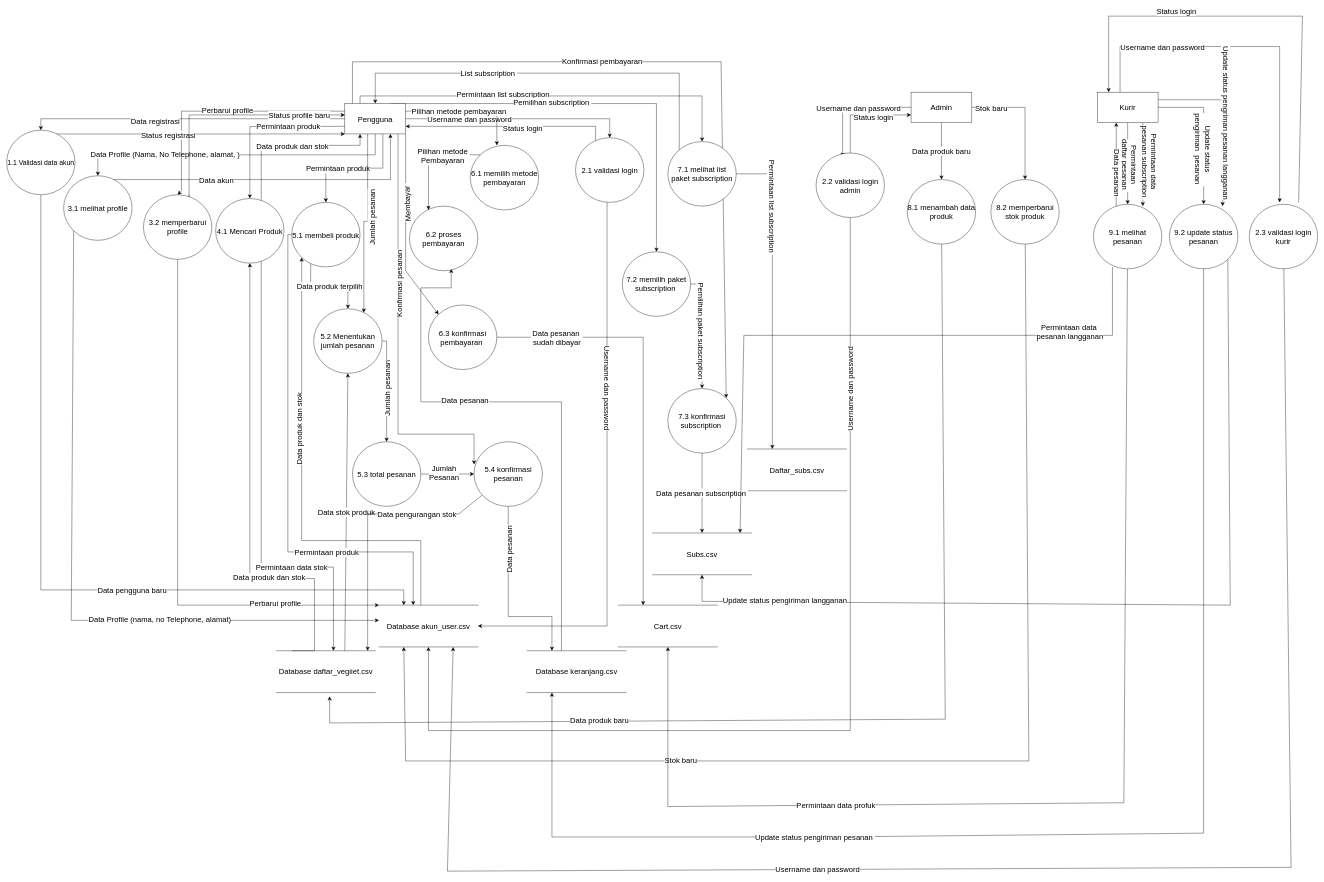
Earlier version of the draw.io diagram Diagram Tanpa Judul.drawio (zalisaneri/git-project-iren). Source tidied: cells renumbered, new cells numbered last; positions are measured from the earlier drawing's top-left corner, leaving out a move shared by most shapes. Both pictures are drawn from the tidied source at 38%, with x=0, y=0 at pixel (6, 16).
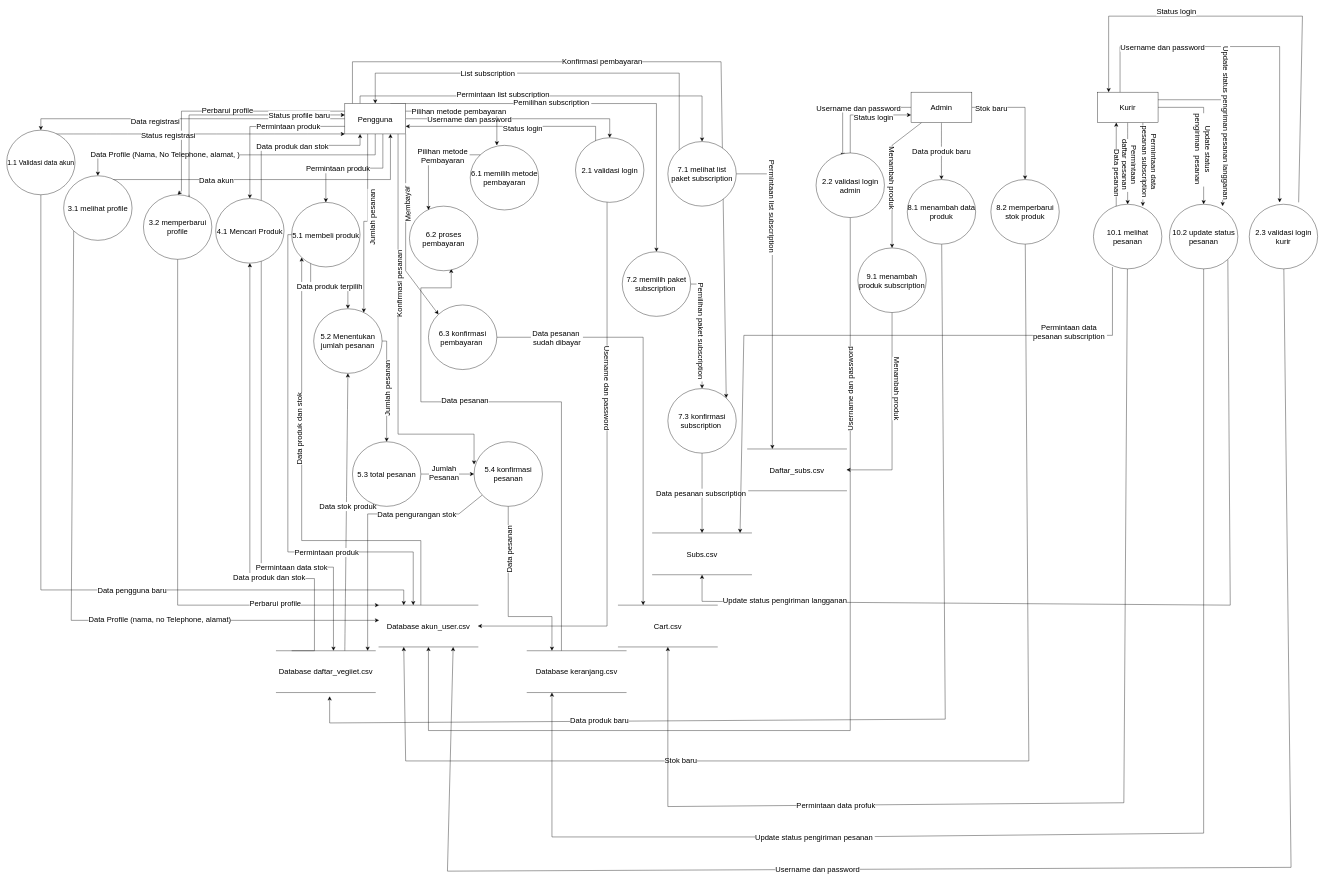
Above is the later version.

The change refers to these unchanged cells:
```xml
<mxCell id="28" value="Admin" style="rounded=0;whiteSpace=wrap;html=1;fontSize=20;" parent="1" vertex="1">
  <mxGeometry x="2380" y="200" width="160" height="80" as="geometry" />
</mxCell>
<mxCell id="68" value="Database daftar_vegiiet.csv" style="shape=partialRectangle;whiteSpace=wrap;html=1;left=0;right=0;fillColor=none;fontSize=20;" parent="1" vertex="1">
  <mxGeometry x="710" y="1670" width="260" height="110" as="geometry" />
</mxCell>
<mxCell id="84" value="5.2 Menentukan jumlah pesanan" style="ellipse;whiteSpace=wrap;html=1;fontSize=20;" parent="1" vertex="1">
  <mxGeometry x="808" y="770" width="180" height="170" as="geometry" />
</mxCell>
<mxCell id="111" value="Daftar_subs.csv" style="shape=partialRectangle;whiteSpace=wrap;html=1;left=0;right=0;fillColor=none;fontSize=20;" parent="1" vertex="1">
  <mxGeometry x="1950" y="1139" width="260" height="110" as="geometry" />
</mxCell>
<mxCell id="130" style="edgeStyle=none;curved=0;rounded=0;jettySize=auto;html=1;fontSize=20;startSize=8;endSize=8;exitX=0.278;exitY=0.971;exitDx=0;exitDy=0;exitPerimeter=0;" parent="1" edge="1" source="132">
  <mxGeometry relative="1" as="geometry">
    <mxPoint x="1930" y="1360" as="targetPoint" />
    <Array as="points">
      <mxPoint x="2910" y="840" />
      <mxPoint x="2800" y="840" />
      <mxPoint x="1940" y="840" />
    </Array>
  </mxGeometry>
</mxCell>
```

The edit, as a diff of the source:
```diff
@@
+    <mxCell id="145" style="edgeStyle=none;curved=0;rounded=0;jettySize=auto;html=1;entryX=0.5;entryY=0;entryDx=0;entryDy=0;fontSize=20;startSize=8;endSize=8;" parent="1" edge="1" source="28" target="149">
+      <mxGeometry relative="1" as="geometry">
+        <Array as="points">
+          <mxPoint x="2330" y="340" />
+        </Array>
+      </mxGeometry>
+    </mxCell>
+    <mxCell id="146" value="Menambah produk" style="edgeLabel;html=1;align=center;verticalAlign=middle;fontSize=20;rotation=90;" parent="145" vertex="1">
+      <mxGeometry x="0.41" relative="1" as="geometry">
+        <mxPoint y="-77" as="offset" />
+      </mxGeometry>
+    </mxCell>
@@
     <mxCell id="67" value="Data stok produk" style="edgeStyle=none;curved=1;rounded=0;jettySize=auto;html=1;entryX=0.5;entryY=1;entryDx=0;entryDy=0;fontSize=20;startSize=8;endSize=8;exitX=0.692;exitY=0;exitDx=0;exitDy=0;exitPerimeter=0;" parent="1" edge="1" source="68" target="84">
-      <mxGeometry relative="1" as="geometry" />
+      <mxGeometry x="0.04" y="-4" relative="1" as="geometry" />
     </mxCell>
@@
-    <mxCell id="131" value="Permintaan data&amp;nbsp;&lt;div&gt;pesanan langganan&lt;/div&gt;" style="edgeLabel;html=1;align=center;verticalAlign=middle;fontSize=20;" parent="130" vertex="1">
+    <mxCell id="131" value="Permintaan data&amp;nbsp;&lt;div&gt;pesanan subscription&amp;nbsp;&lt;/div&gt;" style="edgeLabel;html=1;align=center;verticalAlign=middle;fontSize=20;" parent="130" vertex="1">
       <mxGeometry x="-0.59" y="1" relative="1" as="geometry">
         <mxPoint x="50" y="-11" as="offset" />
       </mxGeometry>
     </mxCell>
-    <mxCell id="132" value="9.1 melihat pesanan" style="ellipse;whiteSpace=wrap;html=1;fontSize=20;" parent="1" vertex="1">
+    <mxCell id="132" value="10.1 melihat pesanan" style="ellipse;whiteSpace=wrap;html=1;fontSize=20;" parent="1" vertex="1">
       <mxGeometry x="2860" y="495" width="180" height="170" as="geometry" />
     </mxCell>
@@
-    <mxCell id="137" value="9.2 update status pesanan" style="ellipse;whiteSpace=wrap;html=1;fontSize=20;" parent="1" vertex="1">
+    <mxCell id="137" value="10.2 update status pesanan" style="ellipse;whiteSpace=wrap;html=1;fontSize=20;" parent="1" vertex="1">
       <mxGeometry x="3060" y="495" width="180" height="170" as="geometry" />
     </mxCell>
@@
+    <mxCell id="147" style="edgeStyle=none;curved=0;rounded=0;jettySize=auto;html=1;entryX=1;entryY=0.5;entryDx=0;entryDy=0;fontSize=20;startSize=8;endSize=8;" parent="1" edge="1" source="149" target="111">
+      <mxGeometry relative="1" as="geometry">
+        <Array as="points">
+          <mxPoint x="2330" y="1194" />
+        </Array>
+      </mxGeometry>
+    </mxCell>
+    <mxCell id="148" value="Menambah produk" style="edgeLabel;html=1;align=center;verticalAlign=middle;fontSize=20;rotation=90;" parent="147" vertex="1">
+      <mxGeometry x="-0.26" y="15" relative="1" as="geometry">
+        <mxPoint y="1" as="offset" />
+      </mxGeometry>
+    </mxCell>
+    <mxCell id="149" value="9.1 menambah produk subscription" style="ellipse;whiteSpace=wrap;html=1;fontSize=20;" parent="1" vertex="1">
+      <mxGeometry x="2240" y="610" width="180" height="170" as="geometry" />
+    </mxCell>
```
